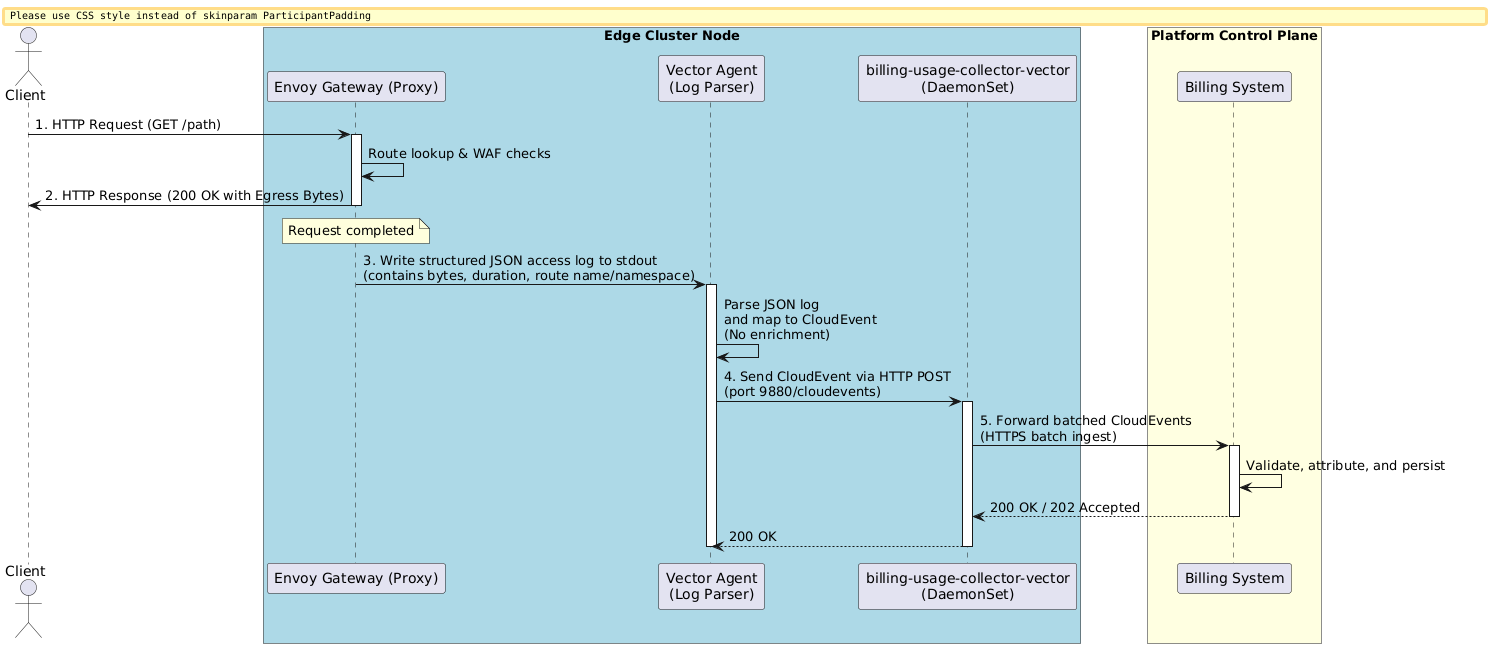
datum-cloud/network-services-operator keeps this PlantUML diagram as docs/diagrams/http-metering-sequence.png. Above is the earlier version. Source of this version:
```plantuml
@startuml http-metering-sequence
skinparam BoxPadding 10
skinparam ParticipantPadding 10

actor Client as client
box "Edge Cluster Node" #LightBlue
  participant "Envoy Gateway (Proxy)" as envoy
  participant "Vector Agent\n(Log Parser)" as parser
  participant "billing-usage-collector-vector\n(DaemonSet)" as collector
end box

box "Platform Control Plane" #LightYellow
  participant "Billing System" as billing
end box

client -> envoy : 1. HTTP Request (GET /path)
activate envoy
envoy -> envoy : Route lookup & WAF checks
envoy -> client : 2. HTTP Response (200 OK with Egress Bytes)
deactivate envoy

note over envoy : Request completed
envoy -> parser : 3. Write structured JSON access log to stdout\n(contains bytes, duration, route name/namespace)
activate parser

parser -> parser : Parse JSON log\nand map to CloudEvent\n(No enrichment)

parser -> collector : 4. Send CloudEvent via HTTP POST\n(port 9880/cloudevents)
activate collector

collector -> billing : 5. Forward batched CloudEvents\n(HTTPS batch ingest)
activate billing

billing -> billing : Validate, attribute, and persist
billing --> collector : 200 OK / 202 Accepted
deactivate billing

collector --> parser : 200 OK
deactivate collector
deactivate parser

@enduml
```
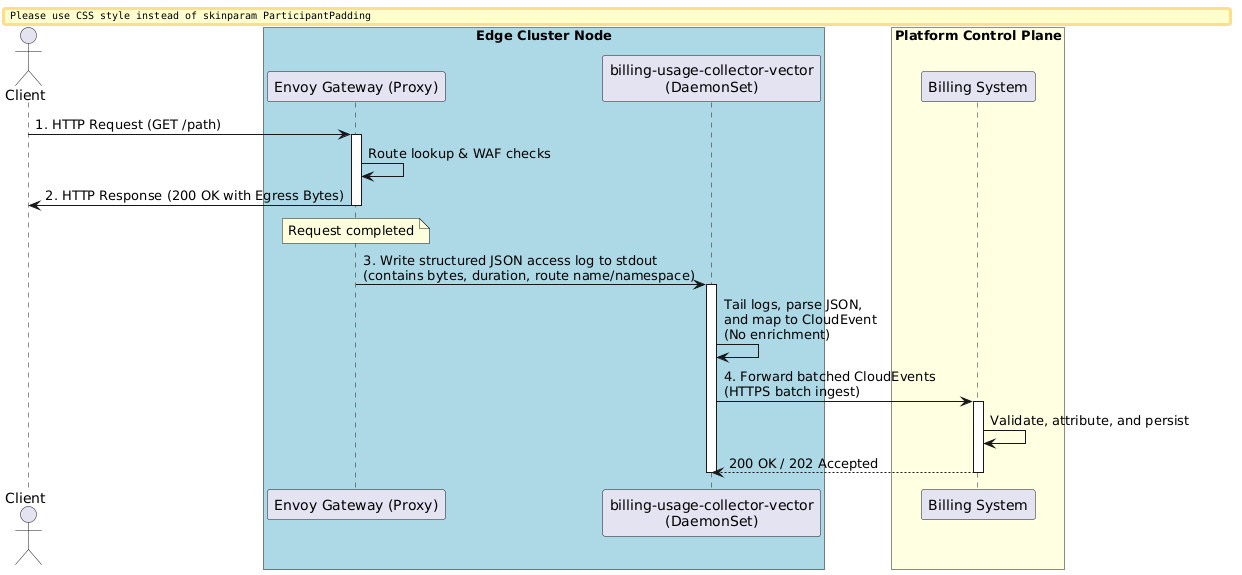
The same file after the commit.

What changed in the source:
```diff
@@ -5,8 +5,7 @@
 actor Client as client
 box "Edge Cluster Node" #LightBlue
   participant "Envoy Gateway (Proxy)" as envoy
-  participant "Vector Agent\n(Log Parser)" as parser
-  participant "billing-usage-collector-vector\n(DaemonSet)" as collector
+  participant "billing-usage-collector-vector\n(DaemonSet)" as vector
 end box
 
 box "Platform Control Plane" #LightYellow
@@ -20,23 +19,17 @@
 deactivate envoy
 
 note over envoy : Request completed
-envoy -> parser : 3. Write structured JSON access log to stdout\n(contains bytes, duration, route name/namespace)
-activate parser
+envoy -> vector : 3. Write structured JSON access log to stdout\n(contains bytes, duration, route name/namespace)
+activate vector
 
-parser -> parser : Parse JSON log\nand map to CloudEvent\n(No enrichment)
+vector -> vector : Tail logs, parse JSON,\nand map to CloudEvent\n(No enrichment)
 
-parser -> collector : 4. Send CloudEvent via HTTP POST\n(port 9880/cloudevents)
-activate collector
-
-collector -> billing : 5. Forward batched CloudEvents\n(HTTPS batch ingest)
+vector -> billing : 4. Forward batched CloudEvents\n(HTTPS batch ingest)
 activate billing
 
 billing -> billing : Validate, attribute, and persist
-billing --> collector : 200 OK / 202 Accepted
+billing --> vector : 200 OK / 202 Accepted
 deactivate billing
-
-collector --> parser : 200 OK
-deactivate collector
-deactivate parser
+deactivate vector
 
 @enduml
```
